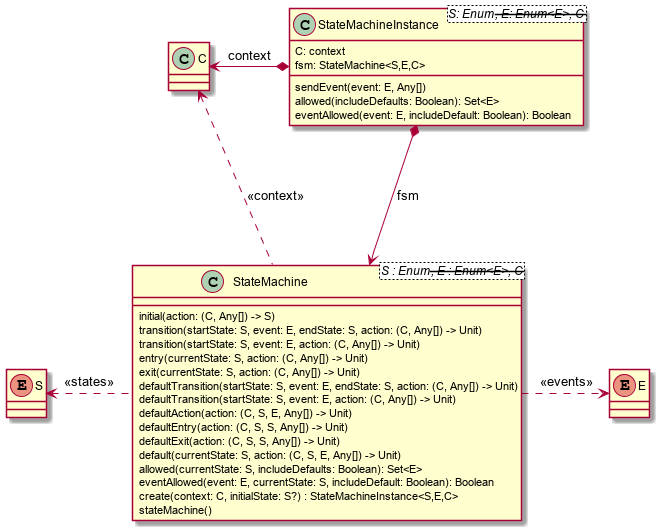
Earlier version of the PlantUML export src/doc/asciidoc/statemachine_model.png (open-jumpco/kfsm).
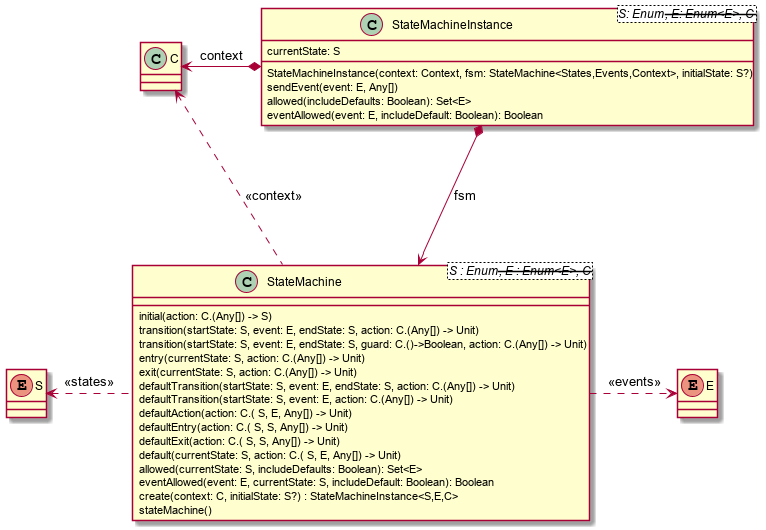
The same diagram one commit later.

Commit message:
change action receiver to this

What changed in the source:
```diff
@@ -8,17 +8,17 @@
 }
 
 class StateMachine<S : Enum<S>, E : Enum<E>, C> {
-    initial(action: (C, Any[]) -> S)
-    transition(startState: S, event: E, endState: S, action: (C, Any[]) -> Unit)
-    transition(startState: S, event: E, action: (C, Any[]) -> Unit)
-    entry(currentState: S, action: (C, Any[]) -> Unit)
-    exit(currentState: S, action: (C, Any[]) -> Unit)
-    defaultTransition(startState: S, event: E, endState: S, action: (C, Any[]) -> Unit)
-    defaultTransition(startState: S, event: E, action: (C, Any[]) -> Unit)
-    defaultAction(action: (C, S, E, Any[]) -> Unit)
-    defaultEntry(action: (C, S, S, Any[]) -> Unit)
-    defaultExit(action: (C, S, S, Any[]) -> Unit)
-    default(currentState: S, action: (C, S, E, Any[]) -> Unit)
+    initial(action: C.(Any[]) -> S)
+    transition(startState: S, event: E, endState: S, action: C.(Any[]) -> Unit)
+    transition(startState: S, event: E, endState: S, guard: C.()->Boolean, action: C.(Any[]) -> Unit)
+    entry(currentState: S, action: C.(Any[]) -> Unit)
+    exit(currentState: S, action: C.(Any[]) -> Unit)
+    defaultTransition(startState: S, event: E, endState: S, action: C.(Any[]) -> Unit)
+    defaultTransition(startState: S, event: E, action: C.(Any[]) -> Unit)
+    defaultAction(action: C.( S, E, Any[]) -> Unit)
+    defaultEntry(action: C.( S, S, Any[]) -> Unit)
+    defaultExit(action: C.( S, S, Any[]) -> Unit)
+    default(currentState: S, action: C.( S, E, Any[]) -> Unit)
     allowed(currentState: S, includeDefaults: Boolean): Set<E>
     eventAllowed(event: E, currentState: S, includeDefault: Boolean): Boolean
     create(context: C, initialState: S?) : StateMachineInstance<S,E,C>
@@ -26,8 +26,8 @@
 }
 
 class StateMachineInstance<S: Enum<S>, E: Enum<E>, C> {
-    C: context
-    fsm: StateMachine<S,E,C>
+    StateMachineInstance(context: Context, fsm: StateMachine<States,Events,Context>, initialState: S?)
+    currentState: S
     sendEvent(event: E, Any[])
     allowed(includeDefaults: Boolean): Set<E>
     eventAllowed(event: E, includeDefault: Boolean): Boolean
```
